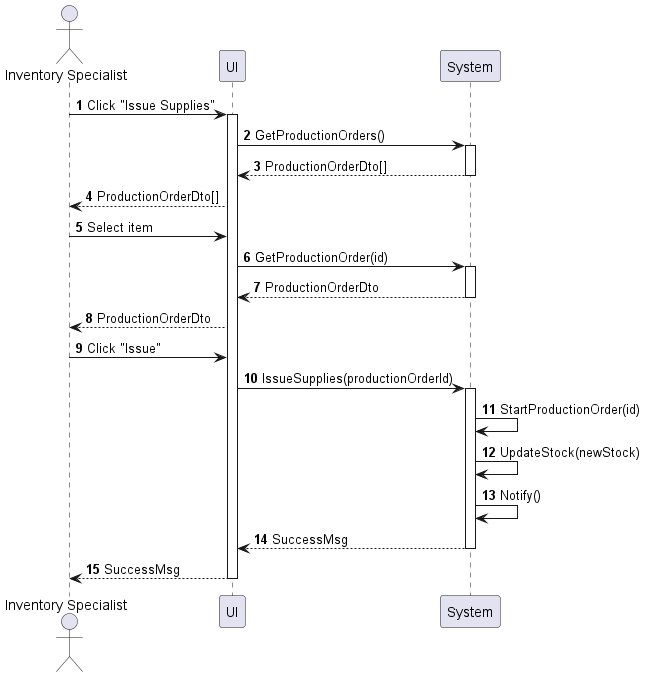
Before: sequences/inventory-supply-issue.png, a diagram exported from PlantUML (phihungha/scmss-reqs).
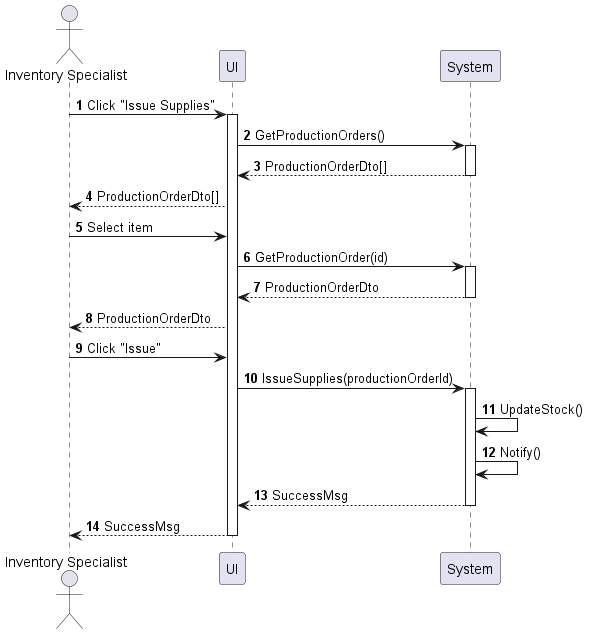
The same file after the commit.

Diff of the diagram source:
```diff
@@ -19,8 +19,7 @@
 a -> f : Click "Issue"
 f -> b : IssueSupplies(productionOrderId)
 activate b
-b -> b : StartProductionOrder(id)
-b -> b : UpdateStock(newStock)
+b -> b : UpdateStock()
 b -> b : Notify()
 return SuccessMsg
 return SuccessMsg
```
